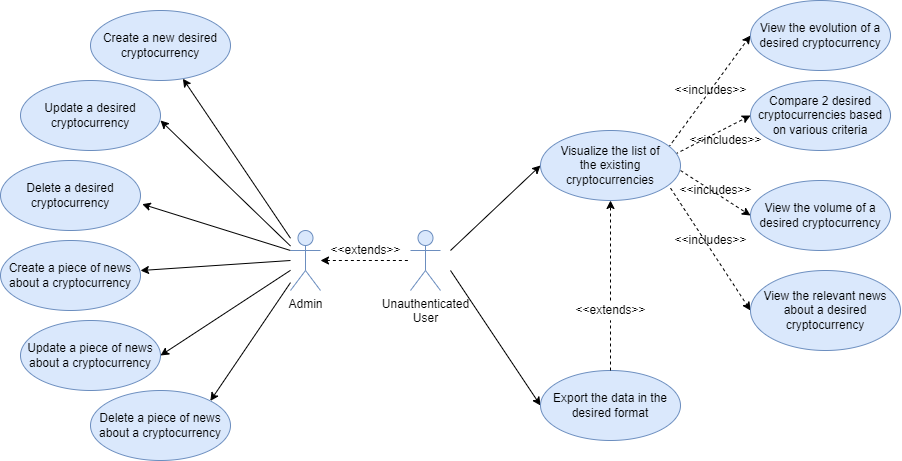
Earlier version of the draw.io export diagrams/use-case/UsersUseCaseDiagram.png (DianaCrainic/WADe_Project). Source tidied: cells renumbered, new cells last; positions are measured from the earlier drawing's top-left corner, leaving out a move shared by most shapes.
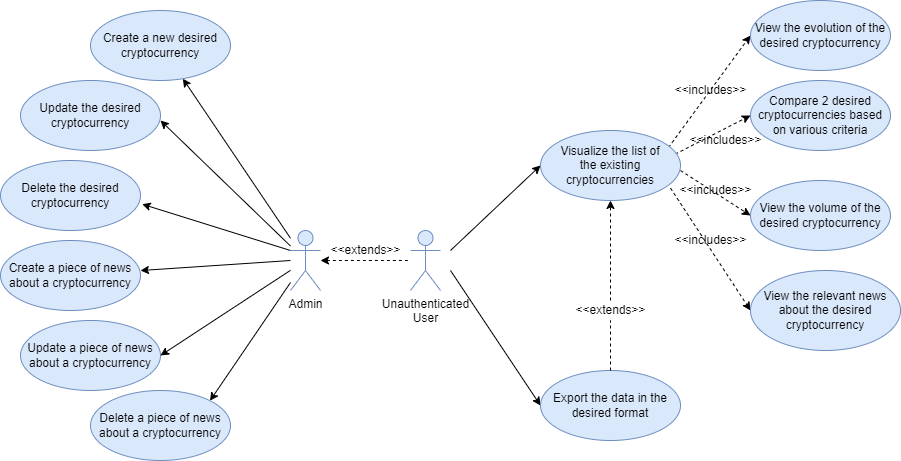
After the commit.

Commit message:
update use case diagram

Change to the diagram source:
```diff
@@ -38,16 +38,16 @@
     <mxCell id="11" value="Export the data in the desired format" style="ellipse;whiteSpace=wrap;html=1;fillColor=#dae8fc;strokeColor=#6c8ebf;" parent="1" vertex="1">
       <mxGeometry x="540" y="370" width="140" height="70" as="geometry" />
     </mxCell>
-    <mxCell id="12" value="View the volume of a desired cryptocurrency" style="ellipse;whiteSpace=wrap;html=1;fillColor=#dae8fc;strokeColor=#6c8ebf;" parent="1" vertex="1">
+    <mxCell id="12" value="View the volume of the desired cryptocurrency" style="ellipse;whiteSpace=wrap;html=1;fillColor=#dae8fc;strokeColor=#6c8ebf;" parent="1" vertex="1">
       <mxGeometry x="750" y="180" width="140" height="70" as="geometry" />
     </mxCell>
     <mxCell id="13" value="Compare 2 desired cryptocurrencies based on various criteria" style="ellipse;whiteSpace=wrap;html=1;fillColor=#dae8fc;strokeColor=#6c8ebf;" parent="1" vertex="1">
       <mxGeometry x="750" y="80" width="140" height="70" as="geometry" />
     </mxCell>
-    <mxCell id="14" value="View the evolution of a desired cryptocurrency" style="ellipse;whiteSpace=wrap;html=1;fillColor=#dae8fc;strokeColor=#6c8ebf;" parent="1" vertex="1">
+    <mxCell id="14" value="View the evolution of the desired cryptocurrency" style="ellipse;whiteSpace=wrap;html=1;fillColor=#dae8fc;strokeColor=#6c8ebf;" parent="1" vertex="1">
       <mxGeometry x="750" width="140" height="70" as="geometry" />
     </mxCell>
-    <mxCell id="15" value="View the relevant news about a desired cryptocurrency" style="ellipse;whiteSpace=wrap;html=1;fillColor=#dae8fc;strokeColor=#6c8ebf;" parent="1" vertex="1">
+    <mxCell id="15" value="View the relevant news about the desired cryptocurrency" style="ellipse;whiteSpace=wrap;html=1;fillColor=#dae8fc;strokeColor=#6c8ebf;" parent="1" vertex="1">
       <mxGeometry x="750" y="270" width="150" height="80" as="geometry" />
     </mxCell>
     <mxCell id="16" value="&amp;lt;&amp;lt;includes&amp;gt;&amp;gt;" style="text;html=1;align=center;verticalAlign=middle;strokeColor=none;fillColor=none;" parent="1" vertex="1">
@@ -68,10 +68,10 @@
     <mxCell id="21" style="edgeStyle=none;rounded=0;jettySize=auto;html=1;entryX=0.5;entryY=1;entryDx=0;entryDy=0;dashed=1;endArrow=none;" parent="1" edge="1" source="11" target="20">
       <mxGeometry relative="1" as="geometry" />
     </mxCell>
-    <mxCell id="22" value="Delete a desired cryptocurrency" style="ellipse;whiteSpace=wrap;html=1;fillColor=#dae8fc;strokeColor=#6c8ebf;" parent="1" vertex="1">
+    <mxCell id="22" value="Delete the desired cryptocurrency" style="ellipse;whiteSpace=wrap;html=1;fillColor=#dae8fc;strokeColor=#6c8ebf;" parent="1" vertex="1">
       <mxGeometry y="160" width="140" height="70" as="geometry" />
     </mxCell>
-    <mxCell id="23" value="Update a desired cryptocurrency" style="ellipse;whiteSpace=wrap;html=1;fillColor=#dae8fc;strokeColor=#6c8ebf;" parent="1" vertex="1">
+    <mxCell id="23" value="Update the desired cryptocurrency" style="ellipse;whiteSpace=wrap;html=1;fillColor=#dae8fc;strokeColor=#6c8ebf;" parent="1" vertex="1">
       <mxGeometry x="20" y="80" width="140" height="70" as="geometry" />
     </mxCell>
     <mxCell id="24" value="Create a new desired cryptocurrency" style="ellipse;whiteSpace=wrap;html=1;fillColor=#dae8fc;strokeColor=#6c8ebf;" parent="1" vertex="1">
```
